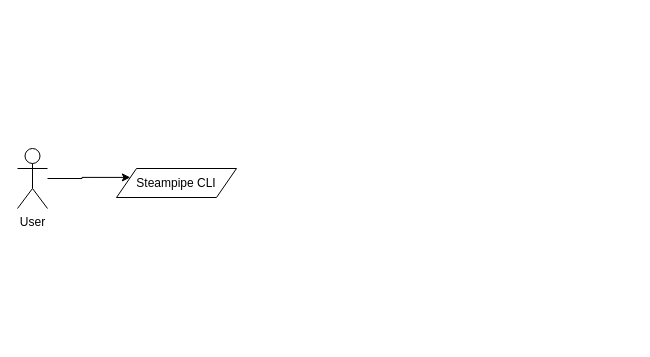
Before: Cloud Security Review Solution.drawio in prashanthkatam/testrepoforcc, a draw.io diagram. Source tidied: cells renumbered, new cells numbered last; positions are measured from the earlier drawing's top-left corner, leaving out a move shared by most shapes. Both pictures are drawn from the tidied source at 100%, with x=0, y=0 at pixel (17, 148). Pictures stored in the file or linked from it are replaced by grey dashed boxes.
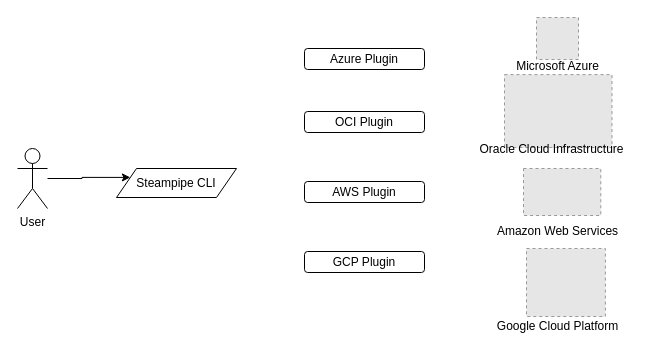
The same page after the edit.

Diff of the diagram source:
```diff
@@
 <mxGraphModel>
   <root>
     <mxCell id="0" />
     <mxCell id="1" parent="0" />
     <mxCell id="2" style="edgeStyle=orthogonalEdgeStyle;rounded=0;jettySize=auto;html=1;entryX=0;entryY=0.25;entryDx=0;entryDy=0;" parent="1" edge="1" source="3" target="4">
       <mxGeometry relative="1" as="geometry" />
     </mxCell>
     <mxCell id="3" value="User" style="shape=umlActor;verticalLabelPosition=bottom;verticalAlign=top;html=1;outlineConnect=0;" parent="1" vertex="1">
       <mxGeometry width="30" height="60" as="geometry" />
     </mxCell>
     <mxCell id="4" value="Steampipe CLI" style="shape=parallelogram;perimeter=parallelogramPerimeter;whiteSpace=wrap;html=1;fixedSize=1;" parent="1" vertex="1">
       <mxGeometry x="99" y="20" width="120" height="29" as="geometry" />
     </mxCell>
+    <mxCell id="5" style="fillColor=#E6E6E6;strokeColor=#999999;dashed=1;verticalLabelPosition=bottom;labelBackgroundColor=default;verticalAlign=top;" parent="1" vertex="1">
+      <mxGeometry x="519" y="-131" width="42" height="42" as="geometry" />
+    </mxCell>
+    <mxCell id="6" value="Microsoft Azure" style="text;html=1;align=center;verticalAlign=middle;strokeColor=none;fillColor=none;" parent="1" vertex="1">
+      <mxGeometry x="489.5" y="-95" width="101" height="26" as="geometry" />
+    </mxCell>
+    <mxCell id="7" style="fillColor=#E6E6E6;strokeColor=#999999;dashed=1;verticalLabelPosition=bottom;labelBackgroundColor=default;verticalAlign=top;" parent="1" vertex="1">
+      <mxGeometry x="487" y="-73.9" width="107.5" height="72.9" as="geometry" />
+    </mxCell>
+    <mxCell id="8" value="Oracle Cloud Infrastructure" style="text;html=1;align=center;verticalAlign=middle;strokeColor=none;fillColor=none;" parent="1" vertex="1">
+      <mxGeometry x="453" y="-12" width="162" height="26" as="geometry" />
+    </mxCell>
+    <mxCell id="9" style="fillColor=#E6E6E6;strokeColor=#999999;dashed=1;verticalLabelPosition=bottom;labelBackgroundColor=default;verticalAlign=top;" parent="1" vertex="1">
+      <mxGeometry x="506" y="20" width="77.3" height="47" as="geometry" />
+    </mxCell>
+    <mxCell id="10" value="Amazon Web Services" style="text;html=1;align=center;verticalAlign=middle;strokeColor=none;fillColor=none;" parent="1" vertex="1">
+      <mxGeometry x="470.5" y="70" width="139" height="26" as="geometry" />
+    </mxCell>
+    <mxCell id="11" style="fillColor=#E6E6E6;strokeColor=#999999;dashed=1;verticalLabelPosition=bottom;labelBackgroundColor=default;verticalAlign=top;" parent="1" vertex="1">
+      <mxGeometry x="509" y="100" width="78.9" height="68" as="geometry" />
+    </mxCell>
+    <mxCell id="12" value="Google Cloud Platform" style="text;html=1;align=center;verticalAlign=middle;strokeColor=none;fillColor=none;" parent="1" vertex="1">
+      <mxGeometry x="470.5" y="165" width="139" height="26" as="geometry" />
+    </mxCell>
+    <mxCell id="13" value="Azure Plugin" style="rounded=1;whiteSpace=wrap;html=1;" parent="1" vertex="1">
+      <mxGeometry x="287" y="-100" width="120" height="21" as="geometry" />
+    </mxCell>
+    <mxCell id="14" value="OCI Plugin" style="rounded=1;whiteSpace=wrap;html=1;" parent="1" vertex="1">
+      <mxGeometry x="287" y="-37" width="120" height="21" as="geometry" />
+    </mxCell>
+    <mxCell id="15" value="AWS Plugin" style="rounded=1;whiteSpace=wrap;html=1;" parent="1" vertex="1">
+      <mxGeometry x="287" y="33" width="120" height="21" as="geometry" />
+    </mxCell>
+    <mxCell id="16" value="GCP Plugin" style="rounded=1;whiteSpace=wrap;html=1;" parent="1" vertex="1">
+      <mxGeometry x="287" y="103" width="120" height="21" as="geometry" />
+    </mxCell>
   </root>
 </mxGraphModel>
```
